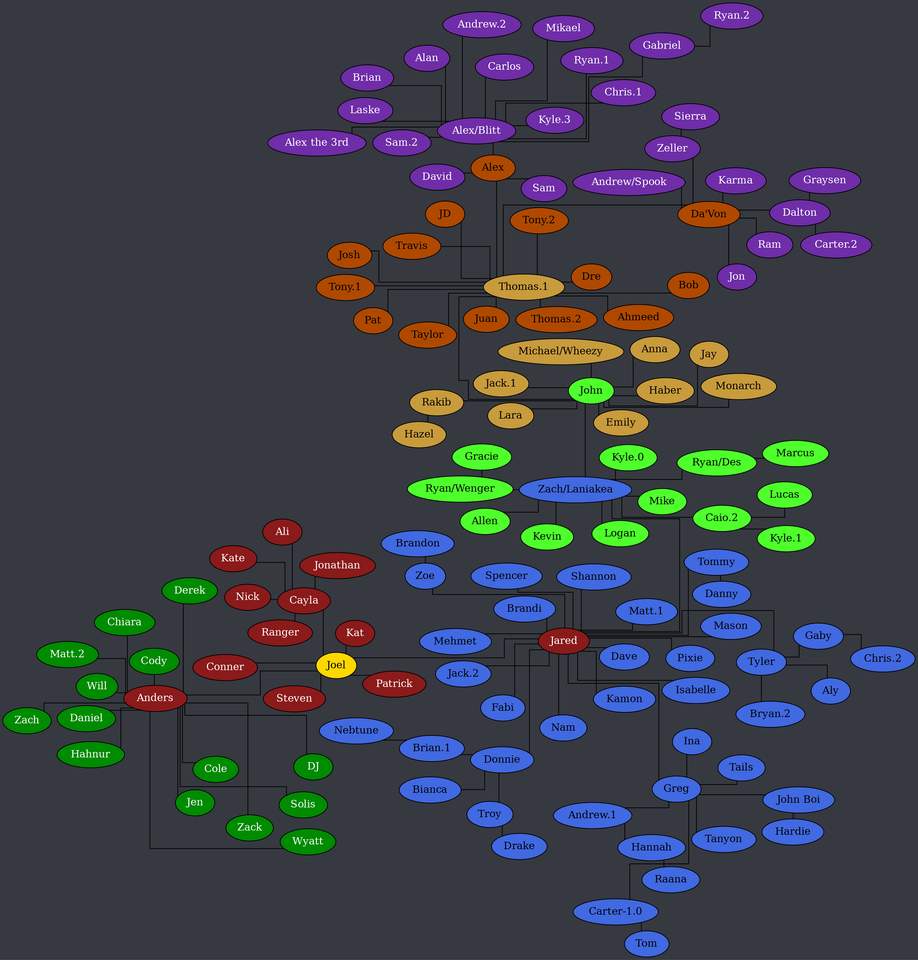
The Graphviz diagram tree.png in Documidas/CoronaCatzFamilyTree, before a commit. Its source is kept beside it as tree.dot.
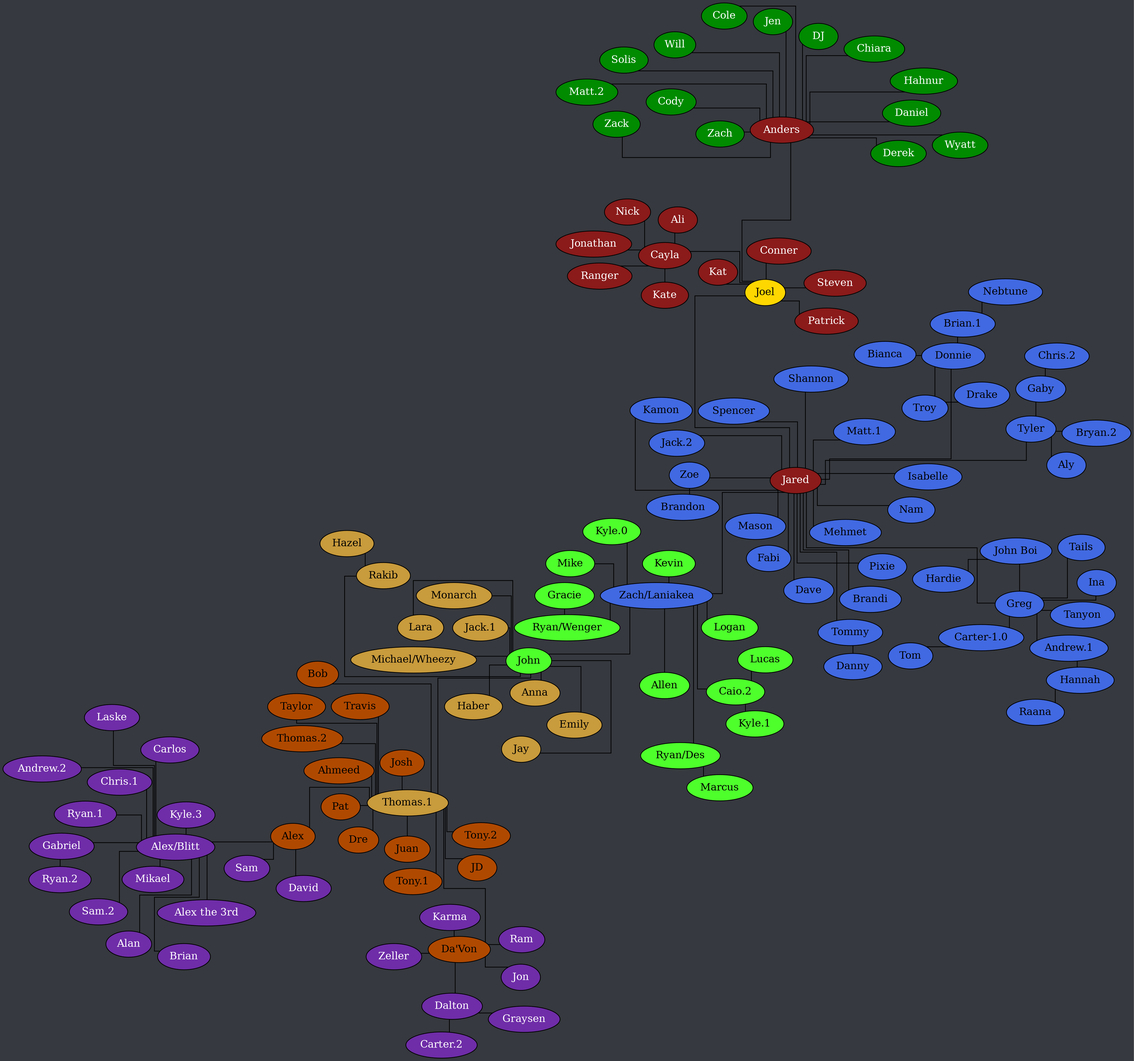
Later version of the same file.

Commit message:
Remove Andrew/Spook, Sierra

What changed in the source:
```diff
@@ -169,7 +169,6 @@
 		"Alex/Blitt" -- Mikael;
 		"Alex/Blitt" -- "Ryan.1";
 		"Alex/Blitt" -- "Sam.2";
-		"Da'Von" -- "Andrew/Spook";
 		"Da'Von" -- Dalton;
 		"Da'Von" -- Jon;
 		"Da'Von" -- Karma;
@@ -178,6 +177,5 @@
 		Dalton -- "Carter.2";
 		Dalton -- Graysen;
 		Gabriel -- "Ryan.2";
-		Zeller -- Sierra;
 	}
 }
```
